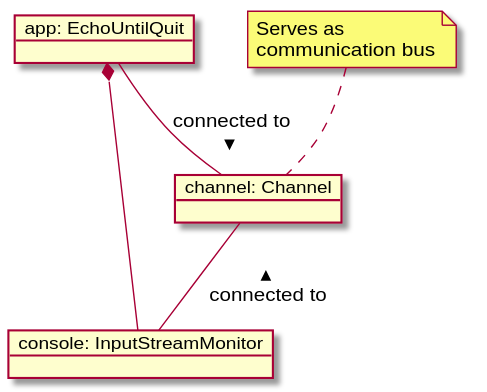
Before: ConsoleEchoApp.svg, a diagram exported from PlantUML (mnlipp/jgrapes).
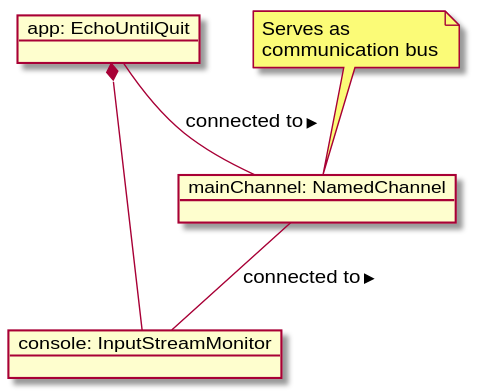
After the change.

The edit, as a diff of the source:
```diff
@@ -2,7 +2,7 @@
 
 object "app: EchoUntilQuit" as app
 object "console: InputStreamMonitor" as console
-object "channel: Channel" as channel
+object "mainChannel: NamedChannel" as channel
 
 app *-- console
 app -- channel: connected to >
```
